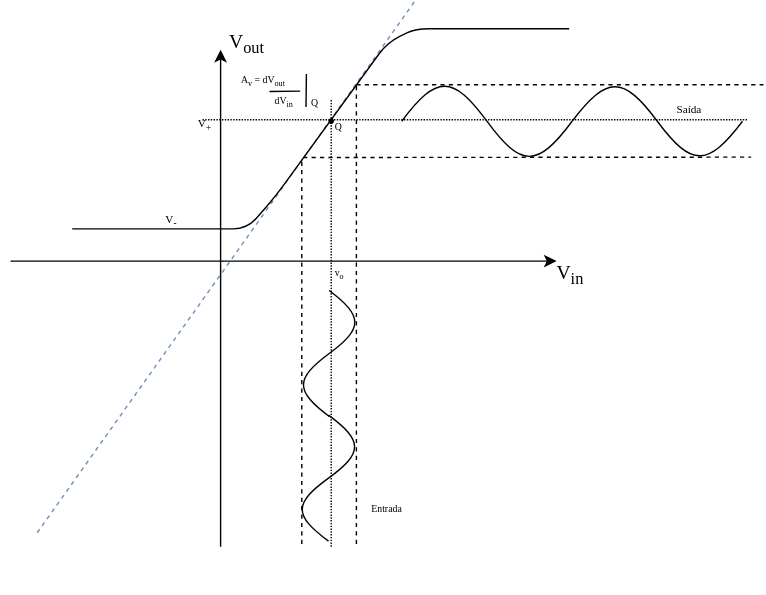
The draw.io diagram supplyopampnlinearcurva.svg in gabrtt/gabrtt.github.io, before a commit. Source tidied: cells renumbered, new cells last; positions are measured from the earlier drawing's top-left corner, leaving out a move shared by most shapes.
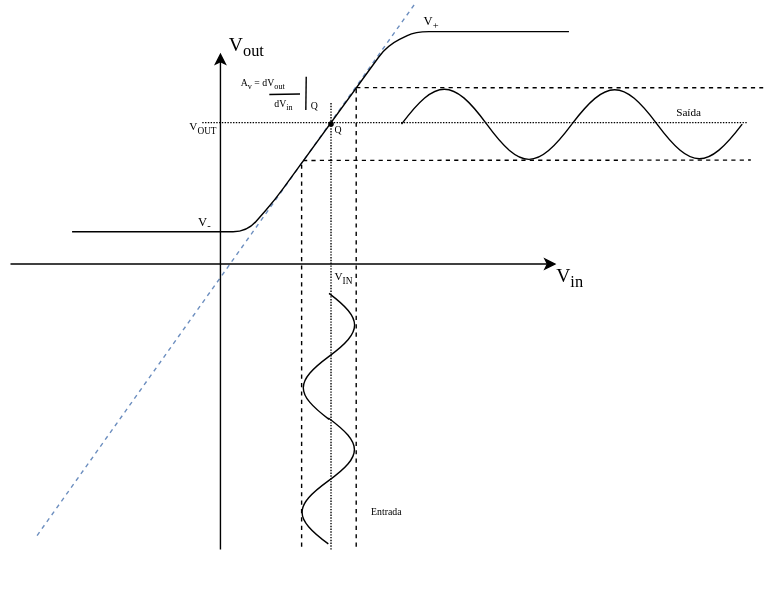
After the commit.

Diff of the diagram source:
```diff
@@ -44,11 +44,11 @@
     <mxCell id="12" style="verticalLabelPosition=bottom;shadow=0;dashed=0;align=center;fillColor=#dae8fc;html=1;verticalAlign=top;strokeWidth=1;shape=mxgraph.electrical.waveforms.sine_wave;fontFamily=Verdana;fontSize=14;direction=south;strokeColor=none;" parent="1" vertex="1">
       <mxGeometry x="75" y="334" width="147" height="90" as="geometry" />
     </mxCell>
-    <mxCell id="13" value="V&lt;sub&gt;+&lt;/sub&gt;" style="text;html=1;strokeColor=none;fillColor=none;align=center;verticalAlign=middle;whiteSpace=wrap;fontSize=8;fontFamily=Verdana;" parent="1" vertex="1">
+    <mxCell id="13" value="V&lt;sub&gt;OUT&lt;/sub&gt;" style="text;html=1;strokeColor=none;fillColor=none;align=center;verticalAlign=middle;whiteSpace=wrap;fontSize=8;fontFamily=Verdana;" parent="1" vertex="1">
       <mxGeometry x="110" y="73" width="56" height="30" as="geometry" />
     </mxCell>
-    <mxCell id="14" value="V&lt;sub&gt;-&lt;/sub&gt;" style="text;html=1;strokeColor=none;fillColor=none;align=center;verticalAlign=middle;whiteSpace=wrap;fontSize=8;fontFamily=Verdana;" parent="1" vertex="1">
-      <mxGeometry x="86" y="141.3" width="56" height="30" as="geometry" />
+    <mxCell id="14" value="V&lt;sub&gt;-&lt;/sub&gt;" style="text;html=1;strokeColor=none;fillColor=none;align=center;verticalAlign=middle;whiteSpace=wrap;fontSize=9;fontFamily=Verdana;" parent="1" vertex="1">
+      <mxGeometry x="111" y="141.3" width="56" height="30" as="geometry" />
     </mxCell>
     <mxCell id="15" style="endArrow=none;html=1;strokeWidth=1;fontFamily=Verdana;fontSize=7;" parent="1" edge="1">
       <mxGeometry relative="1" as="geometry">
@@ -165,8 +165,11 @@
         <mxPoint x="48.3" y="2.3" as="targetPoint" />
       </mxGeometry>
     </mxCell>
-    <mxCell id="41" value="v&lt;sub&gt;o&lt;/sub&gt;" style="text;html=1;align=left;verticalAlign=top;spacingTop=-4;fontSize=7;fontFamily=Verdana;" parent="1" vertex="1">
-      <mxGeometry x="230" y="188" width="20" height="10" as="geometry" />
+    <mxCell id="41" value="&lt;font style=&quot;font-size: 8px&quot;&gt;V&lt;sub&gt;IN&lt;/sub&gt;&lt;/font&gt;" style="text;html=1;align=left;verticalAlign=top;spacingTop=-4;fontSize=7;fontFamily=Verdana;" parent="1" vertex="1">
+      <mxGeometry x="230" y="188" width="30" height="10" as="geometry" />
     </mxCell>
+    <mxCell id="42" value="&lt;font style=&quot;font-size: 9px&quot;&gt;V&lt;sub&gt;+&lt;/sub&gt;&lt;/font&gt;" style="text;html=1;strokeColor=none;fillColor=none;align=center;verticalAlign=middle;whiteSpace=wrap;fontSize=8;fontFamily=Verdana;" parent="1" vertex="1">
+      <mxGeometry x="272" y="-1.7" width="56" height="30" as="geometry" />
+    </mxCell>
   </root>
 </mxGraphModel>
```
